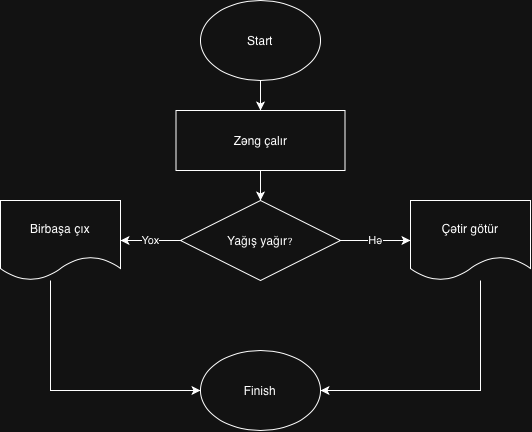
This is flowcharts/morning.png from mahsatimustafayeva/flowchart-tasks, a draw.io export, as it was before one commit. Source tidied: cells renumbered, new cells last; positions are measured from the earlier drawing's top-left corner, leaving out a move shared by most shapes.
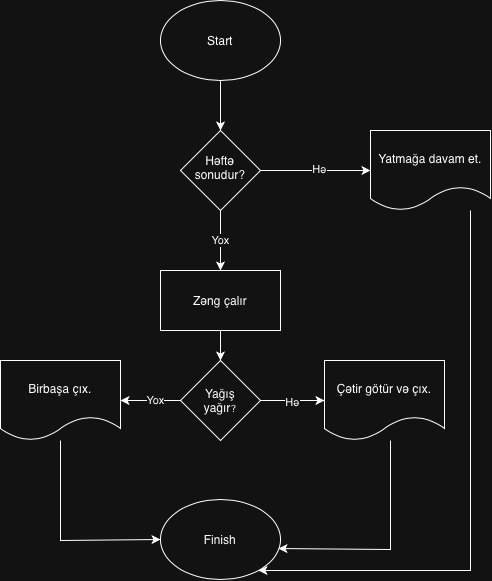
The same file after the commit.

Commit message:
Update Morning flowchart

Change to the diagram source:
```diff
@@ -2,49 +2,77 @@
   <root>
     <mxCell id="0" />
     <mxCell id="1" parent="0" />
-    <mxCell id="2" style="edgeStyle=orthogonalEdgeStyle;rounded=0;jettySize=auto;html=1;entryX=0.5;entryY=0;entryDx=0;entryDy=0;" parent="1" edge="1" source="3" target="5">
-      <mxGeometry relative="1" as="geometry" />
-    </mxCell>
+    <mxCell id="14" style="edgeStyle=orthogonalEdgeStyle;rounded=0;jettySize=auto;html=1;" parent="1" edge="1" source="3" target="25">
+      <mxGeometry relative="1" as="geometry" />
+    </mxCell>
     <mxCell id="3" value="Start" style="ellipse;whiteSpace=wrap;html=1;shapeInside=1;" parent="1" vertex="1">
-      <mxGeometry x="200" width="120" height="80" as="geometry" />
+      <mxGeometry x="140" y="-10" width="120" height="80" as="geometry" />
     </mxCell>
     <mxCell id="4" style="edgeStyle=orthogonalEdgeStyle;rounded=0;jettySize=auto;html=1;" parent="1" edge="1" source="5" target="8">
       <mxGeometry relative="1" as="geometry" />
     </mxCell>
     <mxCell id="5" value="Zəng çalır" style="rounded=0;whiteSpace=wrap;html=1;" parent="1" vertex="1">
-      <mxGeometry x="175.5" y="110" width="169" height="60" as="geometry" />
+      <mxGeometry x="140" y="260" width="120" height="60" as="geometry" />
     </mxCell>
-    <mxCell id="6" value="Hə" style="edgeStyle=orthogonalEdgeStyle;rounded=0;jettySize=auto;html=1;" parent="1" edge="1" source="8" target="11">
-      <mxGeometry relative="1" as="geometry" />
-    </mxCell>
+    <mxCell id="15" style="edgeStyle=orthogonalEdgeStyle;rounded=0;jettySize=auto;html=1;" parent="1" edge="1" source="8" target="19">
+      <mxGeometry relative="1" as="geometry" />
+    </mxCell>
+    <mxCell id="16" value="Hə" style="edgeLabel;html=1;align=center;verticalAlign=middle;" parent="15" vertex="1">
+      <mxGeometry x="-0.03" y="-1" relative="1" as="geometry" />
+    </mxCell>
+    <mxCell id="17" style="edgeStyle=orthogonalEdgeStyle;rounded=0;jettySize=auto;html=1;" parent="1" edge="1" source="8" target="21">
+      <mxGeometry relative="1" as="geometry" />
+    </mxCell>
+    <mxCell id="18" value="Yox" style="edgeLabel;html=1;align=center;verticalAlign=middle;" parent="17" vertex="1">
+      <mxGeometry x="-0.13" y="-1" relative="1" as="geometry" />
+    </mxCell>
+    <mxCell id="8" value="Yağış yağır&lt;font size=&quot;1&quot;&gt;?&lt;/font&gt;" style="rhombus;whiteSpace=wrap;html=1;shapeInside=1;rounded=0;" parent="1" vertex="1">
+      <mxGeometry x="160" y="350" width="80" height="80" as="geometry" />
+    </mxCell>
+    <mxCell id="19" value="Çətir götür və çıx." style="shape=document;whiteSpace=wrap;html=1;boundedLbl=1;rounded=0;" parent="1" vertex="1">
+      <mxGeometry x="304" y="350" width="120" height="80" as="geometry" />
+    </mxCell>
+    <mxCell id="20" style="edgeStyle=orthogonalEdgeStyle;rounded=0;jettySize=auto;html=1;entryX=0;entryY=0.5;entryDx=0;entryDy=0;" parent="1" edge="1" source="21" target="9">
+      <mxGeometry relative="1" as="geometry">
+        <Array as="points">
+          <mxPoint x="40" y="530" />
+        </Array>
+      </mxGeometry>
+    </mxCell>
+    <mxCell id="21" value="Birbaşa çıx." style="shape=document;whiteSpace=wrap;html=1;boundedLbl=1;rounded=0;" parent="1" vertex="1">
+      <mxGeometry x="-20" y="350" width="120" height="80" as="geometry" />
+    </mxCell>
+    <mxCell id="9" value="Finish" style="ellipse;whiteSpace=wrap;html=1;shapeInside=1;" parent="1" vertex="1">
+      <mxGeometry x="140" y="489" width="120" height="80" as="geometry" />
+    </mxCell>
+    <mxCell id="22" style="edgeStyle=orthogonalEdgeStyle;rounded=0;jettySize=auto;html=1;entryX=0.983;entryY=0.613;entryDx=0;entryDy=0;entryPerimeter=0;" parent="1" edge="1" source="19" target="9">
+      <mxGeometry relative="1" as="geometry">
+        <Array as="points">
+          <mxPoint x="370" y="539" />
+        </Array>
+      </mxGeometry>
+    </mxCell>
+    <mxCell id="23" style="edgeStyle=orthogonalEdgeStyle;rounded=0;jettySize=auto;html=1;" parent="1" edge="1" source="25" target="27">
+      <mxGeometry relative="1" as="geometry" />
+    </mxCell>
+    <mxCell id="24" value="Hə&lt;div&gt;&lt;br&gt;&lt;/div&gt;" style="edgeLabel;html=1;align=center;verticalAlign=middle;" parent="23" vertex="1">
+      <mxGeometry x="0.06" y="-4" relative="1" as="geometry" />
+    </mxCell>
-    <mxCell id="7" value="Yox" style="edgeStyle=orthogonalEdgeStyle;rounded=0;jettySize=auto;html=1;" parent="1" edge="1" source="8" target="13">
+    <mxCell id="7" value="Yox" style="edgeStyle=orthogonalEdgeStyle;rounded=0;jettySize=auto;html=1;" parent="1" edge="1" source="25" target="5">
       <mxGeometry relative="1" as="geometry" />
     </mxCell>
-    <mxCell id="8" value="Yağış yağır&lt;font size=&quot;1&quot;&gt;?&lt;/font&gt;" style="rhombus;whiteSpace=wrap;html=1;shapeInside=1;rounded=0;" parent="1" vertex="1">
-      <mxGeometry x="180" y="200" width="160" height="80" as="geometry" />
-    </mxCell>
-    <mxCell id="9" value="Finish" style="ellipse;whiteSpace=wrap;html=1;shapeInside=1;" parent="1" vertex="1">
-      <mxGeometry x="200" y="350" width="120" height="80" as="geometry" />
-    </mxCell>
-    <mxCell id="10" style="edgeStyle=orthogonalEdgeStyle;rounded=0;jettySize=auto;html=1;" parent="1" edge="1" source="11" target="9">
-      <mxGeometry relative="1" as="geometry">
-        <Array as="points">
-          <mxPoint x="480" y="390" />
-        </Array>
-      </mxGeometry>
-    </mxCell>
-    <mxCell id="11" value="Çətir götür" style="shape=document;whiteSpace=wrap;html=1;boundedLbl=1;rounded=0;" parent="1" vertex="1">
-      <mxGeometry x="410" y="200" width="120" height="80" as="geometry" />
-    </mxCell>
-    <mxCell id="12" style="edgeStyle=orthogonalEdgeStyle;rounded=0;jettySize=auto;html=1;entryX=0;entryY=0.5;entryDx=0;entryDy=0;" parent="1" edge="1" source="13" target="9">
-      <mxGeometry relative="1" as="geometry">
-        <Array as="points">
-          <mxPoint x="50" y="390" />
-        </Array>
-      </mxGeometry>
-    </mxCell>
-    <mxCell id="13" value="Birbaşa çıx" style="shape=document;whiteSpace=wrap;html=1;boundedLbl=1;rounded=0;" parent="1" vertex="1">
-      <mxGeometry y="200" width="120" height="80" as="geometry" />
-    </mxCell>
+    <mxCell id="25" value="Həftə sonudur?" style="rhombus;whiteSpace=wrap;html=1;shapeInside=1;" parent="1" vertex="1">
+      <mxGeometry x="160" y="120" width="80" height="80" as="geometry" />
+    </mxCell>
+    <mxCell id="26" style="edgeStyle=orthogonalEdgeStyle;rounded=0;jettySize=auto;html=1;" parent="1" edge="1" source="27" target="9">
+      <mxGeometry x="-0.09" relative="1" as="geometry">
+        <Array as="points">
+          <mxPoint x="450" y="560" />
+        </Array>
+      </mxGeometry>
+    </mxCell>
+    <mxCell id="27" value="Yatmağa davam et." style="shape=document;whiteSpace=wrap;html=1;boundedLbl=1;" parent="1" vertex="1">
+      <mxGeometry x="350" y="120" width="120" height="80" as="geometry" />
+    </mxCell>
   </root>
 </mxGraphModel>
```
